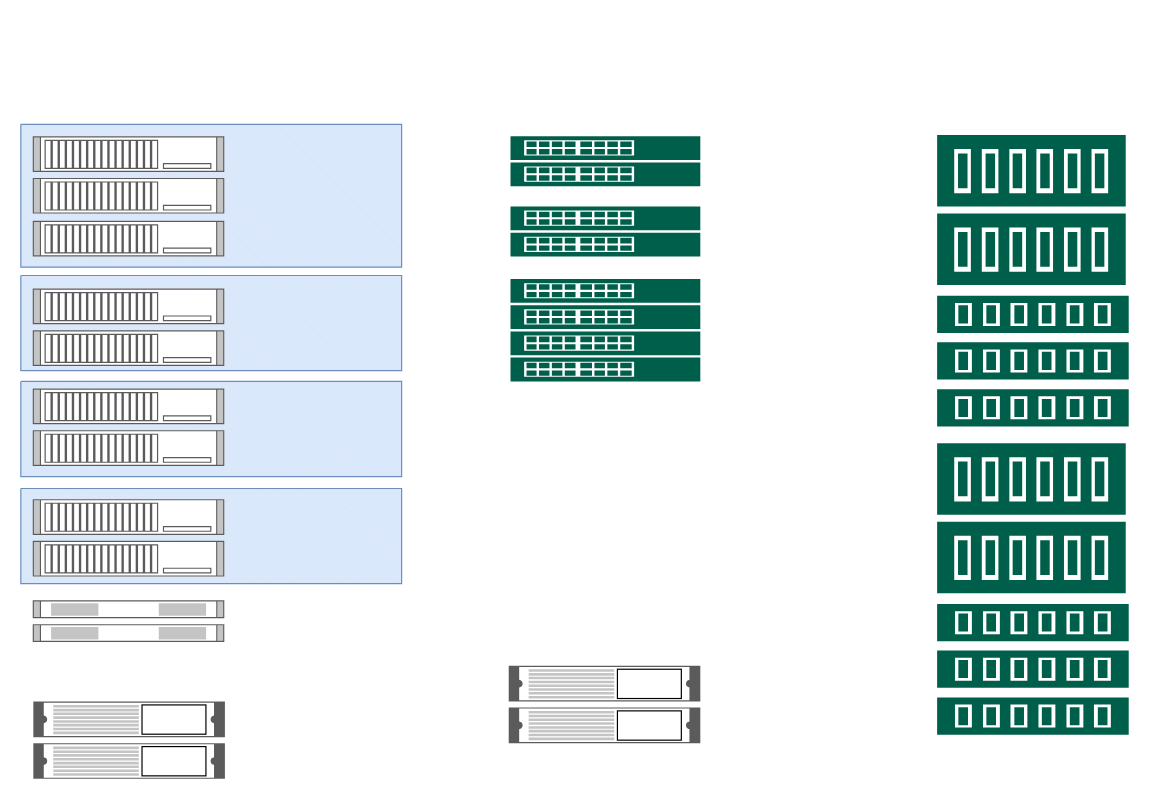
Above: page "Racks" (4 of 4) of Untitled Diagram.drawio in morzhov/trinity (draw.io), before the change. Source tidied: cells renumbered, new cells numbered last; positions are measured from the earlier drawing's top-left corner, leaving out a move shared by most shapes. Both pictures are drawn from the tidied source at 119%, with x=0, y=0 at pixel (20, 124).
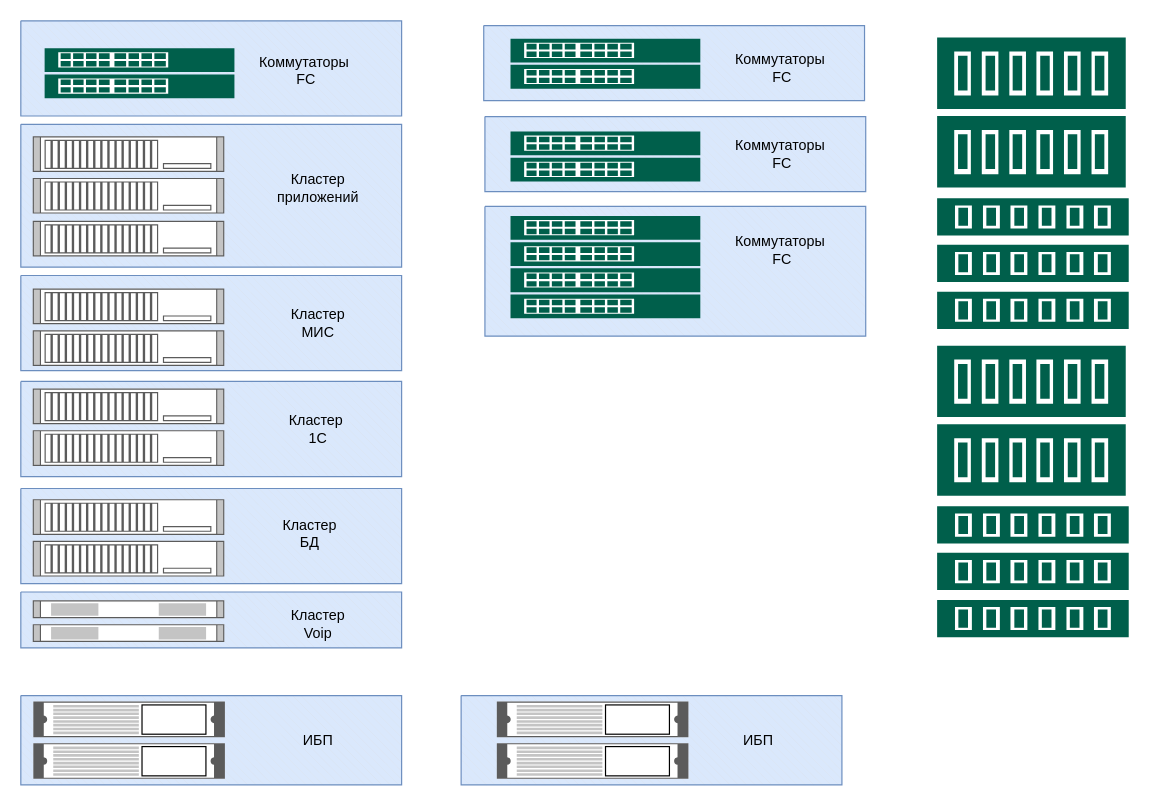
Above is the later version.

The edit, as a diff of the source:
```diff
@@
+    <mxCell id="35" style="verticalLabelPosition=bottom;verticalAlign=top;html=1;shape=mxgraph.basic.patternFillRect;fillStyle=diagRev;step=5;fillStrokeWidth=0.2;fillStrokeColor=#dddddd;fillColor=#dae8fc;strokeColor=#6c8ebf;" parent="1" vertex="1">
+      <mxGeometry x="370" y="480" width="320" height="75" as="geometry" />
+    </mxCell>
+    <mxCell id="36" style="verticalLabelPosition=bottom;verticalAlign=top;html=1;shape=mxgraph.basic.patternFillRect;fillStyle=diagRev;step=5;fillStrokeWidth=0.2;fillStrokeColor=#dddddd;fillColor=#dae8fc;strokeColor=#6c8ebf;" parent="1" vertex="1">
+      <mxGeometry x="390" y="69" width="320" height="109" as="geometry" />
+    </mxCell>
+    <mxCell id="37" style="verticalLabelPosition=bottom;verticalAlign=top;html=1;shape=mxgraph.basic.patternFillRect;fillStyle=diagRev;step=5;fillStrokeWidth=0.2;fillStrokeColor=#dddddd;fillColor=#dae8fc;strokeColor=#6c8ebf;" parent="1" vertex="1">
+      <mxGeometry x="390" y="-6.5" width="320" height="63" as="geometry" />
+    </mxCell>
+    <mxCell id="38" style="verticalLabelPosition=bottom;verticalAlign=top;html=1;shape=mxgraph.basic.patternFillRect;fillStyle=diagRev;step=5;fillStrokeWidth=0.2;fillStrokeColor=#dddddd;fillColor=#dae8fc;strokeColor=#6c8ebf;" parent="1" vertex="1">
+      <mxGeometry x="389" y="-83" width="320" height="63" as="geometry" />
+    </mxCell>
+    <mxCell id="39" style="verticalLabelPosition=bottom;verticalAlign=top;html=1;shape=mxgraph.basic.patternFillRect;fillStyle=diagRev;step=5;fillStrokeWidth=0.2;fillStrokeColor=#dddddd;fillColor=#dae8fc;strokeColor=#6c8ebf;" parent="1" vertex="1">
+      <mxGeometry y="-87" width="320" height="80" as="geometry" />
+    </mxCell>
+    <mxCell id="40" style="verticalLabelPosition=bottom;verticalAlign=top;html=1;shape=mxgraph.basic.patternFillRect;fillStyle=diagRev;step=5;fillStrokeWidth=0.2;fillStrokeColor=#dddddd;fillColor=#dae8fc;strokeColor=#6c8ebf;" parent="1" vertex="1">
+      <mxGeometry y="480" width="320" height="75" as="geometry" />
+    </mxCell>
+    <mxCell id="41" style="verticalLabelPosition=bottom;verticalAlign=top;html=1;shape=mxgraph.basic.patternFillRect;fillStyle=diagRev;step=5;fillStrokeWidth=0.2;fillStrokeColor=#dddddd;fillColor=#dae8fc;strokeColor=#6c8ebf;" parent="1" vertex="1">
+      <mxGeometry y="393" width="320" height="47" as="geometry" />
+    </mxCell>
@@
-    <mxCell id="5" style="verticalLabelPosition=bottom;verticalAlign=top;html=1;shape=mxgraph.basic.patternFillRect;fillStyle=diagRev;step=5;fillStrokeWidth=0.2;fillStrokeColor=#dddddd;fillColor=#dae8fc;strokeColor=#6c8ebf;" parent="1" vertex="1">
+    <mxCell id="5" style="verticalLabelPosition=top;verticalAlign=bottom;html=1;shape=mxgraph.basic.patternFillRect;fillStyle=diagRev;step=5;fillStrokeWidth=0.2;fillStrokeColor=#dddddd;fillColor=#dae8fc;strokeColor=#6c8ebf;labelPosition=right;align=left;fontStyle=2;" parent="1" vertex="1">
       <mxGeometry width="320" height="120" as="geometry" />
     </mxCell>
@@
     <mxCell id="17" style="sketch=0;shadow=0;dashed=0;html=1;strokeColor=none;fillColor=#005F4B;labelPosition=center;verticalLabelPosition=bottom;verticalAlign=top;align=center;shape=mxgraph.veeam2.physical_switch;" parent="1" vertex="1">
-      <mxGeometry x="411.5" y="10" width="159.5" height="20" as="geometry" />
+      <mxGeometry x="411.5" y="-72" width="159.5" height="20" as="geometry" />
     </mxCell>
     <mxCell id="18" style="sketch=0;shadow=0;dashed=0;html=1;strokeColor=none;fillColor=#005F4B;labelPosition=center;verticalLabelPosition=bottom;verticalAlign=top;align=center;shape=mxgraph.veeam2.physical_switch;" parent="1" vertex="1">
-      <mxGeometry x="411.5" y="32" width="159.5" height="20" as="geometry" />
+      <mxGeometry x="411.5" y="-50" width="159.5" height="20" as="geometry" />
     </mxCell>
     <mxCell id="19" style="sketch=0;shadow=0;dashed=0;html=1;strokeColor=none;fillColor=#005F4B;labelPosition=center;verticalLabelPosition=bottom;verticalAlign=top;align=center;shape=mxgraph.veeam2.physical_switch;" parent="1" vertex="1">
-      <mxGeometry x="411.5" y="69" width="159.5" height="20" as="geometry" />
+      <mxGeometry x="411.5" y="6" width="159.5" height="20" as="geometry" />
     </mxCell>
     <mxCell id="20" style="sketch=0;shadow=0;dashed=0;html=1;strokeColor=none;fillColor=#005F4B;labelPosition=center;verticalLabelPosition=bottom;verticalAlign=top;align=center;shape=mxgraph.veeam2.physical_switch;" parent="1" vertex="1">
-      <mxGeometry x="411.5" y="91" width="159.5" height="20" as="geometry" />
+      <mxGeometry x="411.5" y="28" width="159.5" height="20" as="geometry" />
     </mxCell>
@@
     <mxCell id="23" style="sketch=0;shadow=0;dashed=0;html=1;strokeColor=none;fillColor=#005F4B;labelPosition=center;verticalLabelPosition=bottom;verticalAlign=top;align=center;shape=mxgraph.veeam2.physical_switch;" parent="1" vertex="1">
-      <mxGeometry x="411.5" y="130" width="159.5" height="20" as="geometry" />
+      <mxGeometry x="411.5" y="77" width="159.5" height="20" as="geometry" />
     </mxCell>
     <mxCell id="24" style="sketch=0;shadow=0;dashed=0;html=1;strokeColor=none;fillColor=#005F4B;labelPosition=center;verticalLabelPosition=bottom;verticalAlign=top;align=center;shape=mxgraph.veeam2.physical_switch;" parent="1" vertex="1">
-      <mxGeometry x="411.5" y="152" width="159.5" height="20" as="geometry" />
+      <mxGeometry x="411.5" y="99" width="159.5" height="20" as="geometry" />
     </mxCell>
     <mxCell id="25" style="sketch=0;shadow=0;dashed=0;html=1;strokeColor=none;fillColor=#005F4B;labelPosition=center;verticalLabelPosition=bottom;verticalAlign=top;align=center;shape=mxgraph.veeam2.physical_switch;" parent="1" vertex="1">
-      <mxGeometry x="411.5" y="174" width="159.5" height="20" as="geometry" />
+      <mxGeometry x="411.5" y="121" width="159.5" height="20" as="geometry" />
     </mxCell>
     <mxCell id="26" style="sketch=0;shadow=0;dashed=0;html=1;strokeColor=none;fillColor=#005F4B;labelPosition=center;verticalLabelPosition=bottom;verticalAlign=top;align=center;shape=mxgraph.veeam2.physical_switch;" parent="1" vertex="1">
-      <mxGeometry x="411.5" y="196" width="159.5" height="20" as="geometry" />
+      <mxGeometry x="411.5" y="143" width="159.5" height="20" as="geometry" />
     </mxCell>
     <mxCell id="27" style="shape=mxgraph.rack.apc.apc_smart_ups_1000-3000_va_2u;html=1;labelPosition=right;align=left;spacingLeft=15;dashed=0;shadow=0;fillColor=#ffffff;" parent="1" vertex="1">
-      <mxGeometry x="410" y="455" width="161" height="30" as="geometry" />
+      <mxGeometry x="400" y="485" width="161" height="30" as="geometry" />
     </mxCell>
     <mxCell id="28" style="shape=mxgraph.rack.apc.apc_smart_ups_1000-3000_va_2u;html=1;labelPosition=right;align=left;spacingLeft=15;dashed=0;shadow=0;fillColor=#ffffff;" parent="1" vertex="1">
-      <mxGeometry x="410" y="490" width="161" height="30" as="geometry" />
+      <mxGeometry x="400" y="520" width="161" height="30" as="geometry" />
     </mxCell>
     <mxCell id="29" style="sketch=0;shadow=0;dashed=0;html=1;strokeColor=none;fillColor=#005F4B;labelPosition=center;verticalLabelPosition=bottom;verticalAlign=top;align=center;shape=mxgraph.veeam2.storage;" parent="1" vertex="1">
-      <mxGeometry x="770" y="9" width="158.5" height="60" as="geometry" />
+      <mxGeometry x="770" y="-73" width="158.5" height="60" as="geometry" />
     </mxCell>
     <mxCell id="30" style="sketch=0;shadow=0;dashed=0;html=1;strokeColor=none;fillColor=#005F4B;labelPosition=center;verticalLabelPosition=bottom;verticalAlign=top;align=center;shape=mxgraph.veeam2.storage;" parent="1" vertex="1">
-      <mxGeometry x="770" y="75" width="158.5" height="60" as="geometry" />
+      <mxGeometry x="770" y="-7" width="158.5" height="60" as="geometry" />
     </mxCell>
     <mxCell id="31" style="sketch=0;shadow=0;dashed=0;html=1;strokeColor=none;fillColor=#005F4B;labelPosition=center;verticalLabelPosition=bottom;verticalAlign=top;align=center;shape=mxgraph.veeam2.storage_stack;" parent="1" vertex="1">
-      <mxGeometry x="770" y="144" width="161" height="110" as="geometry" />
+      <mxGeometry x="770" y="62" width="161" height="110" as="geometry" />
     </mxCell>
     <mxCell id="32" style="sketch=0;shadow=0;dashed=0;html=1;strokeColor=none;fillColor=#005F4B;labelPosition=center;verticalLabelPosition=bottom;verticalAlign=top;align=center;shape=mxgraph.veeam2.storage;" parent="1" vertex="1">
-      <mxGeometry x="770" y="268" width="158.5" height="60" as="geometry" />
+      <mxGeometry x="770" y="186" width="158.5" height="60" as="geometry" />
     </mxCell>
     <mxCell id="33" style="sketch=0;shadow=0;dashed=0;html=1;strokeColor=none;fillColor=#005F4B;labelPosition=center;verticalLabelPosition=bottom;verticalAlign=top;align=center;shape=mxgraph.veeam2.storage;" parent="1" vertex="1">
-      <mxGeometry x="770" y="334" width="158.5" height="60" as="geometry" />
+      <mxGeometry x="770" y="252" width="158.5" height="60" as="geometry" />
     </mxCell>
     <mxCell id="34" style="sketch=0;shadow=0;dashed=0;html=1;strokeColor=none;fillColor=#005F4B;labelPosition=center;verticalLabelPosition=bottom;verticalAlign=top;align=center;shape=mxgraph.veeam2.storage_stack;" parent="1" vertex="1">
-      <mxGeometry x="770" y="403" width="161" height="110" as="geometry" />
+      <mxGeometry x="770" y="321" width="161" height="110" as="geometry" />
     </mxCell>
+    <mxCell id="42" value="Кластер приложений" style="text;strokeColor=none;align=center;fillColor=none;html=1;verticalAlign=middle;whiteSpace=wrap;rounded=0;" parent="1" vertex="1">
+      <mxGeometry x="220" y="39" width="60" height="30" as="geometry" />
+    </mxCell>
+    <mxCell id="43" value="Кластер МИС" style="text;strokeColor=none;align=center;fillColor=none;html=1;verticalAlign=middle;whiteSpace=wrap;rounded=0;" parent="1" vertex="1">
+      <mxGeometry x="220" y="152" width="60" height="30" as="geometry" />
+    </mxCell>
+    <mxCell id="44" value="Кластер&amp;nbsp;&lt;br&gt;1С" style="text;strokeColor=none;align=center;fillColor=none;html=1;verticalAlign=middle;whiteSpace=wrap;rounded=0;" parent="1" vertex="1">
+      <mxGeometry x="220" y="241" width="60" height="30" as="geometry" />
+    </mxCell>
+    <mxCell id="45" value="Кластер БД" style="text;strokeColor=none;align=center;fillColor=none;html=1;verticalAlign=middle;whiteSpace=wrap;rounded=0;" parent="1" vertex="1">
+      <mxGeometry x="213" y="329" width="60" height="30" as="geometry" />
+    </mxCell>
+    <mxCell id="46" value="Кластер Voip" style="text;strokeColor=none;align=center;fillColor=none;html=1;verticalAlign=middle;whiteSpace=wrap;rounded=0;" parent="1" vertex="1">
+      <mxGeometry x="220" y="405" width="60" height="30" as="geometry" />
+    </mxCell>
+    <mxCell id="47" value="ИБП" style="text;strokeColor=none;align=center;fillColor=none;html=1;verticalAlign=middle;whiteSpace=wrap;rounded=0;" parent="1" vertex="1">
+      <mxGeometry x="220" y="502.5" width="60" height="30" as="geometry" />
+    </mxCell>
+    <mxCell id="48" style="sketch=0;shadow=0;dashed=0;html=1;strokeColor=none;fillColor=#005F4B;labelPosition=center;verticalLabelPosition=bottom;verticalAlign=top;align=center;shape=mxgraph.veeam2.physical_switch;" parent="1" vertex="1">
+      <mxGeometry x="20" y="-64" width="159.5" height="20" as="geometry" />
+    </mxCell>
+    <mxCell id="49" style="sketch=0;shadow=0;dashed=0;html=1;strokeColor=none;fillColor=#005F4B;labelPosition=center;verticalLabelPosition=bottom;verticalAlign=top;align=center;shape=mxgraph.veeam2.physical_switch;" parent="1" vertex="1">
+      <mxGeometry x="20" y="-42" width="159.5" height="20" as="geometry" />
+    </mxCell>
+    <mxCell id="50" value="Коммутаторы&amp;nbsp;&lt;br&gt;FC" style="text;strokeColor=none;align=center;fillColor=none;html=1;verticalAlign=middle;whiteSpace=wrap;rounded=0;" parent="1" vertex="1">
+      <mxGeometry x="210" y="-60" width="60" height="30" as="geometry" />
+    </mxCell>
+    <mxCell id="51" value="Коммутаторы&amp;nbsp;&lt;br&gt;FC" style="text;strokeColor=none;align=center;fillColor=none;html=1;verticalAlign=middle;whiteSpace=wrap;rounded=0;" parent="1" vertex="1">
+      <mxGeometry x="610" y="-62" width="60" height="30" as="geometry" />
+    </mxCell>
+    <mxCell id="52" value="Коммутаторы&amp;nbsp;&lt;br&gt;FC" style="text;strokeColor=none;align=center;fillColor=none;html=1;verticalAlign=middle;whiteSpace=wrap;rounded=0;" parent="1" vertex="1">
+      <mxGeometry x="610" y="10" width="60" height="30" as="geometry" />
+    </mxCell>
+    <mxCell id="53" value="Коммутаторы&amp;nbsp;&lt;br&gt;FC" style="text;strokeColor=none;align=center;fillColor=none;html=1;verticalAlign=middle;whiteSpace=wrap;rounded=0;" parent="1" vertex="1">
+      <mxGeometry x="610" y="91" width="60" height="30" as="geometry" />
+    </mxCell>
+    <mxCell id="54" value="ИБП" style="text;strokeColor=none;align=center;fillColor=none;html=1;verticalAlign=middle;whiteSpace=wrap;rounded=0;" parent="1" vertex="1">
+      <mxGeometry x="590" y="502.5" width="60" height="30" as="geometry" />
+    </mxCell>
```
